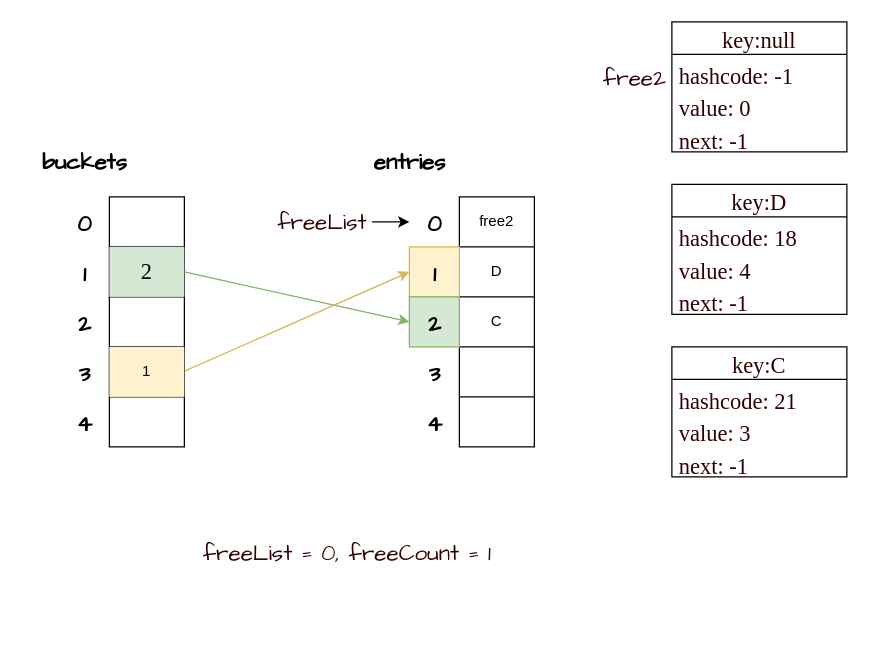
Before: source/_posts/CSharp容器源码之Dictionary/dict3.drawio in 0kk470/0kk470.github.io, a draw.io diagram. Source tidied: cells renumbered, new cells numbered last; positions are measured from the earlier drawing's top-left corner, leaving out a move shared by most shapes. Both pictures are drawn from the tidied source at 125%, with x=0, y=0 at pixel (21, 21).
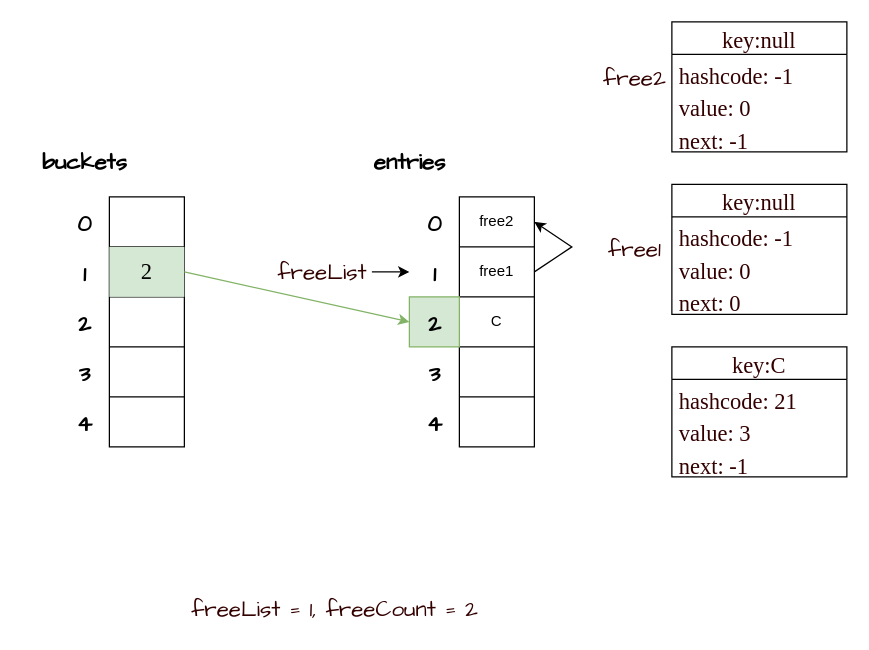
The same page after the edit.

Commit message (it also covers changes not shown here):
修正dictionary剖析的删除图例错误

The change refers to these unchanged cells:
```xml
<mxCell id="2" style="shape=table;html=1;whiteSpace=wrap;startSize=0;childLayout=tableLayout;" parent="1" vertex="1">
  <mxGeometry x="70" y="140" width="60" height="200" as="geometry" />
</mxCell>
<mxCell id="9" style="shape=tableRow;horizontal=0;startSize=0;swimlaneHead=0;swimlaneBody=0;top=0;left=0;bottom=0;right=0;fillColor=none;" parent="2" vertex="1">
  <mxGeometry y="120" width="60" height="40" as="geometry" />
</mxCell>
<mxCell id="14" style="shape=table;html=1;whiteSpace=wrap;startSize=0;childLayout=tableLayout;" parent="1" vertex="1">
  <mxGeometry x="350" y="140" width="60" height="200" as="geometry" />
</mxCell>
<mxCell id="15" style="shape=tableRow;horizontal=0;startSize=0;swimlaneHead=0;swimlaneBody=0;top=0;left=0;bottom=0;right=0;fillColor=none;points=[[0,0.5],[1,0.5]];portConstraint=eastwest;" parent="14" vertex="1">
  <mxGeometry width="60" height="40" as="geometry" />
</mxCell>
<mxCell id="17" style="shape=tableRow;horizontal=0;startSize=0;swimlaneHead=0;swimlaneBody=0;top=0;left=0;bottom=0;right=0;fillColor=none;points=[[0,0.5],[1,0.5]];portConstraint=eastwest;" parent="14" vertex="1">
  <mxGeometry y="40" width="60" height="40" as="geometry" />
</mxCell>
<mxCell id="31" value="&lt;font face=&quot;Comic Sans MS&quot; style=&quot;font-size: 18px&quot;&gt;0&lt;/font&gt;" style="text;html=1;fontSize=24;fontStyle=1;verticalAlign=middle;align=center;" parent="1" vertex="1">
  <mxGeometry x="310" y="140" width="40" height="40" as="geometry" />
</mxCell>
```

Diff of the diagram source:
```diff
@@
-    <mxCell id="10" value="1" style="shape=partialRectangle;html=1;whiteSpace=wrap;fillColor=#fff2cc;top=0;left=0;bottom=0;right=0;overflow=hidden;strokeColor=#d6b656;" parent="9" vertex="1">
+    <mxCell id="10" style="shape=partialRectangle;html=1;whiteSpace=wrap;fillColor=none;top=0;left=0;bottom=0;right=0;overflow=hidden;" parent="9" vertex="1">
       <mxGeometry width="60" height="40" as="geometry" />
     </mxCell>
@@
-    <mxCell id="18" value="D" style="shape=partialRectangle;html=1;whiteSpace=wrap;fillColor=none;top=0;left=0;bottom=0;right=0;overflow=hidden;" parent="17" vertex="1">
+    <mxCell id="18" value="free1" style="shape=partialRectangle;html=1;whiteSpace=wrap;fillColor=none;top=0;left=0;bottom=0;right=0;overflow=hidden;" parent="17" vertex="1">
       <mxGeometry width="60" height="40" as="geometry" />
     </mxCell>
@@
+    <mxCell id="54" style="endArrow=classic;html=1;rounded=0;fontFamily=Comic Sans MS;fontSize=18;fontColor=#330000;exitX=1;exitY=0.5;exitDx=0;exitDy=0;entryX=1;entryY=0.5;entryDx=0;entryDy=0;" parent="14" edge="1" source="17" target="15">
+      <mxGeometry relative="1" as="geometry">
+        <Array as="points">
+          <mxPoint x="90" y="40" />
+        </Array>
+      </mxGeometry>
+    </mxCell>
@@
-    <mxCell id="32" value="&lt;font face=&quot;Comic Sans MS&quot; style=&quot;font-size: 18px&quot;&gt;1&lt;/font&gt;" style="text;html=1;fontSize=24;fontStyle=1;verticalAlign=middle;align=center;fillColor=#fff2cc;strokeColor=#d6b656;" parent="1" vertex="1">
+    <mxCell id="32" value="&lt;font face=&quot;Comic Sans MS&quot; style=&quot;font-size: 18px&quot;&gt;1&lt;/font&gt;" style="text;html=1;fontSize=24;fontStyle=1;verticalAlign=middle;align=center;" parent="1" vertex="1">
       <mxGeometry x="310" y="180" width="40" height="40" as="geometry" />
     </mxCell>
-    <mxCell id="33" value="&lt;font face=&quot;Comic Sans MS&quot; style=&quot;font-size: 18px&quot;&gt;2&lt;/font&gt;" style="text;html=1;fontSize=24;fontStyle=1;verticalAlign=middle;align=center;fillColor=#d5e8d4;strokeColor=#82b366;" parent="1" vertex="1">
+    <mxCell id="33" value="&lt;font face=&quot;Comic Sans MS&quot; style=&quot;font-size: 18px&quot;&gt;2&lt;/font&gt;" style="text;strokeColor=#82b366;fillColor=#d5e8d4;html=1;fontSize=24;fontStyle=1;verticalAlign=middle;align=center;" parent="1" vertex="1">
       <mxGeometry x="310" y="220" width="40" height="40" as="geometry" />
     </mxCell>
@@
-    <mxCell id="40" value="key:D" style="swimlane;fontStyle=0;horizontal=1;startSize=26;fillColor=none;fontFamily=Times New Roman;fontSize=18;fontColor=#330000;" parent="1" vertex="1">
+    <mxCell id="40" value="key:null" style="swimlane;fontStyle=0;horizontal=1;startSize=26;fillColor=none;fontFamily=Times New Roman;fontSize=18;fontColor=#330000;" parent="1" vertex="1">
       <mxGeometry x="520" y="130" width="140" height="104" as="geometry" />
     </mxCell>
-    <mxCell id="41" value="hashcode: 18" style="text;strokeColor=none;fillColor=none;align=left;verticalAlign=top;spacingLeft=4;spacingRight=4;overflow=hidden;fontFamily=Times New Roman;fontSize=18;fontColor=#330000;" parent="40" vertex="1">
+    <mxCell id="41" value="hashcode: -1" style="text;strokeColor=none;fillColor=none;align=left;verticalAlign=top;spacingLeft=4;spacingRight=4;overflow=hidden;fontFamily=Times New Roman;fontSize=18;fontColor=#330000;" parent="40" vertex="1">
       <mxGeometry y="26" width="140" height="26" as="geometry" />
     </mxCell>
-    <mxCell id="42" value="value: 4" style="text;strokeColor=none;fillColor=none;align=left;verticalAlign=top;spacingLeft=4;spacingRight=4;overflow=hidden;fontFamily=Times New Roman;fontSize=18;fontColor=#330000;" parent="40" vertex="1">
+    <mxCell id="42" value="value: 0" style="text;strokeColor=none;fillColor=none;align=left;verticalAlign=top;spacingLeft=4;spacingRight=4;overflow=hidden;fontFamily=Times New Roman;fontSize=18;fontColor=#330000;" parent="40" vertex="1">
       <mxGeometry y="52" width="140" height="26" as="geometry" />
     </mxCell>
-    <mxCell id="43" value="next: -1" style="text;strokeColor=none;fillColor=none;align=left;verticalAlign=top;spacingLeft=4;spacingRight=4;overflow=hidden;fontFamily=Times New Roman;fontSize=18;fontColor=#330000;" parent="40" vertex="1">
+    <mxCell id="43" value="next: 0" style="text;strokeColor=none;fillColor=none;align=left;verticalAlign=top;spacingLeft=4;spacingRight=4;overflow=hidden;fontFamily=Times New Roman;fontSize=18;fontColor=#330000;" parent="40" vertex="1">
       <mxGeometry y="78" width="140" height="26" as="geometry" />
     </mxCell>
@@
-    <mxCell id="48" value="&lt;font face=&quot;Comic Sans MS&quot;&gt;freeList = 0, freeCount = 1&lt;/font&gt;" style="text;html=1;align=center;verticalAlign=middle;strokeColor=none;fillColor=none;fontSize=18;fontFamily=Times New Roman;fontColor=#330000;" parent="1" vertex="1">
-      <mxGeometry x="140" y="410" width="240" height="30" as="geometry" />
+    <mxCell id="48" value="&lt;font face=&quot;Comic Sans MS&quot;&gt;freeList = 1, freeCount = 2&lt;/font&gt;" style="text;html=1;align=center;verticalAlign=middle;strokeColor=none;fillColor=none;fontSize=18;fontFamily=Times New Roman;fontColor=#330000;" parent="1" vertex="1">
+      <mxGeometry x="130" y="455" width="240" height="30" as="geometry" />
     </mxCell>
@@
     <mxCell id="50" value="freeList" style="text;html=1;align=center;verticalAlign=middle;points=[];strokeColor=none;fillColor=none;fontSize=18;fontFamily=Comic Sans MS;fontColor=#330000;" parent="1" vertex="1">
-      <mxGeometry x="200" y="145" width="80" height="30" as="geometry" />
+      <mxGeometry x="200" y="185" width="80" height="30" as="geometry" />
     </mxCell>
-    <mxCell id="51" style="endArrow=classic;html=1;rounded=0;fontFamily=Comic Sans MS;fontSize=18;fontColor=#330000;entryX=0;entryY=0.5;entryDx=0;entryDy=0;" parent="1" edge="1" source="50" target="31">
+    <mxCell id="51" style="endArrow=classic;html=1;rounded=0;fontFamily=Comic Sans MS;fontSize=18;fontColor=#330000;entryX=0;entryY=0.5;entryDx=0;entryDy=0;" parent="1" edge="1" source="50" target="32">
       <mxGeometry relative="1" as="geometry" />
     </mxCell>
+    <mxCell id="55" value="free1" style="text;html=1;align=center;verticalAlign=middle;strokeColor=none;fillColor=none;fontSize=18;fontFamily=Comic Sans MS;fontColor=#330000;" parent="1" vertex="1">
+      <mxGeometry x="460" y="167" width="60" height="30" as="geometry" />
+    </mxCell>
@@
-    <mxCell id="53" style="endArrow=classic;html=1;rounded=0;fontFamily=Comic Sans MS;fontSize=18;fontColor=#330000;entryX=0;entryY=0.5;entryDx=0;entryDy=0;exitX=1.009;exitY=0.696;exitDx=0;exitDy=0;exitPerimeter=0;fillColor=#fff2cc;strokeColor=#d6b656;" parent="1" edge="1" source="2" target="32">
-      <mxGeometry relative="1" as="geometry" />
-    </mxCell>
```
